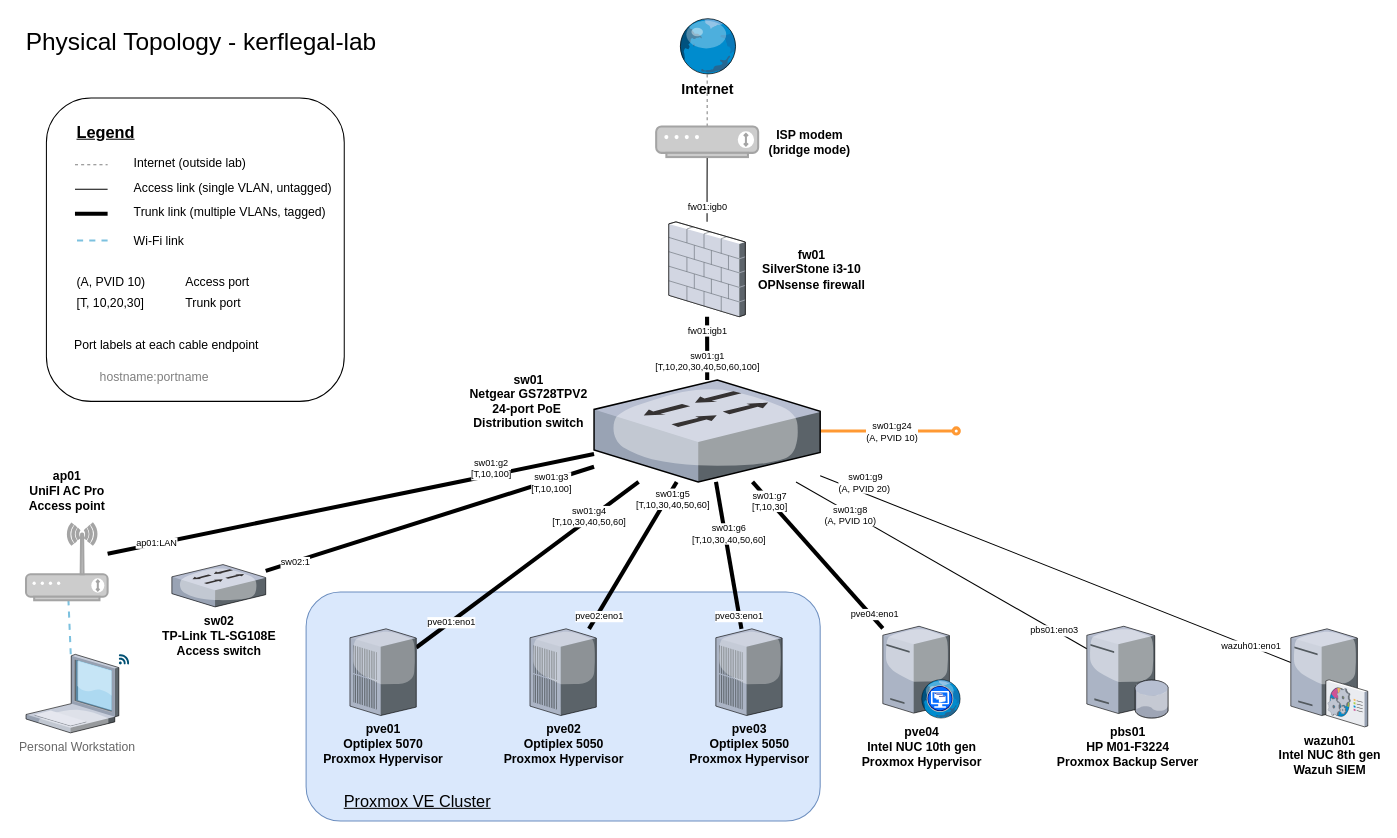
Before: diagrams/physical-topology.drawio in ncbarrett90/kerflegal-lab, a draw.io diagram. Source tidied: cells renumbered, new cells numbered last; positions are measured from the earlier drawing's top-left corner, leaving out a move shared by most shapes. Both pictures are drawn from the tidied source at 102%, with x=0, y=0 at pixel (17, 17).
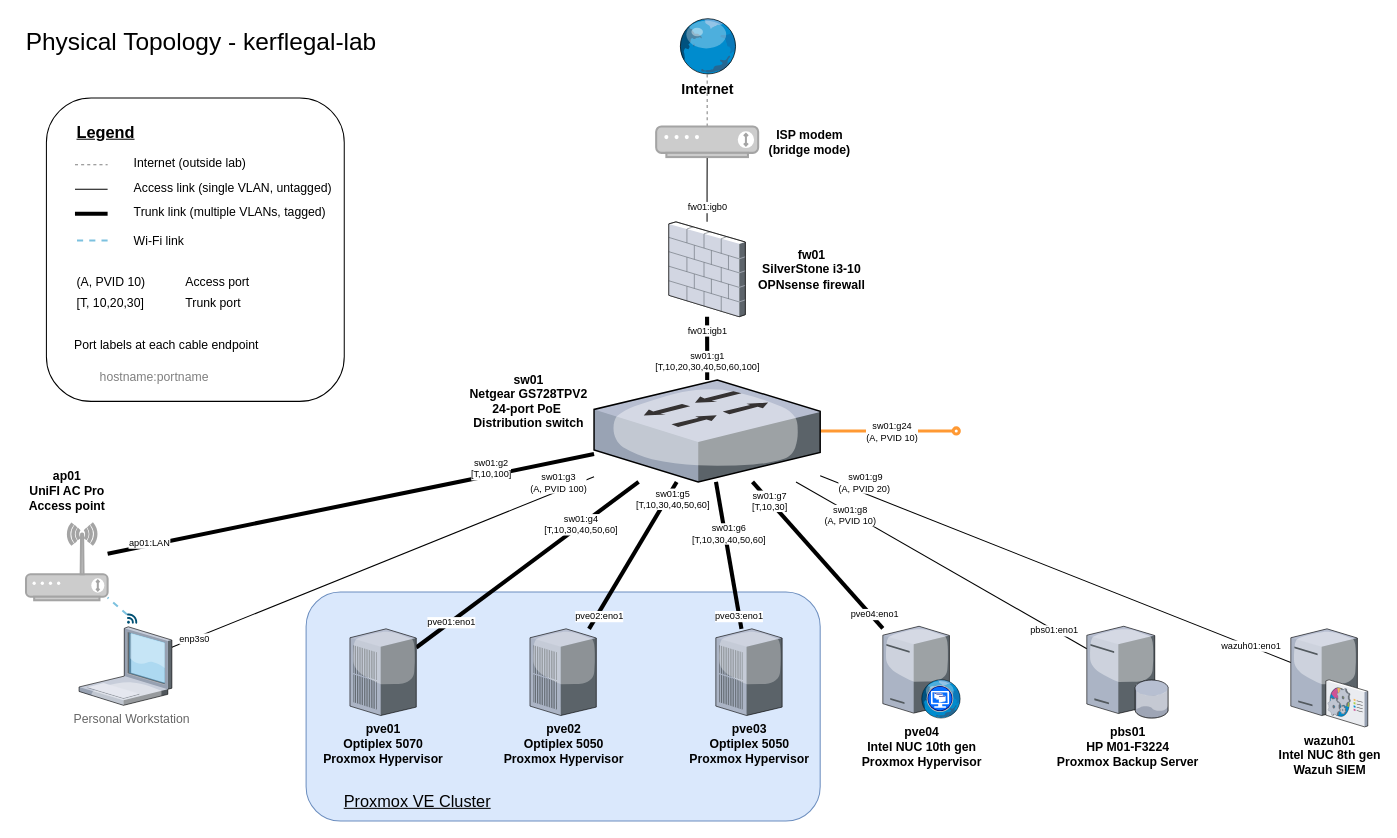
The same diagram, later.

Unchanged cells that the change refers to:
```xml
<mxCell id="4" style="rounded=0;jettySize=auto;html=1;strokeColor=default;strokeWidth=4;align=center;verticalAlign=middle;fontFamily=Helvetica;fontSize=11;fontColor=default;labelBackgroundColor=none;endArrow=none;endFill=0;" parent="1" edge="1" source="39" target="10">
  <mxGeometry relative="1" as="geometry" />
</mxCell>
<mxCell id="10" value="sw01&lt;br&gt;Netgear GS728TPV2&lt;br&gt;24-port PoE&amp;nbsp;&lt;div&gt;Distribution switch&lt;/div&gt;" style="verticalLabelPosition=middle;sketch=0;verticalAlign=middle;strokeColor=none;align=center;outlineConnect=0;shape=mxgraph.citrix.switch;labelPosition=left;labelBackgroundColor=none;spacingRight=-93;fontStyle=1;spacingBottom=59;html=1;whiteSpace=wrap;" parent="1" vertex="1">
  <mxGeometry x="564.9" y="355" width="221.7" height="100" as="geometry" />
</mxCell>
<mxCell id="21" style="rounded=0;jettySize=auto;html=1;endArrow=none;endFill=0;labelBackgroundColor=none;strokeWidth=4;" parent="1" edge="1" source="25" target="10">
  <mxGeometry relative="1" as="geometry" />
</mxCell>
<mxCell id="26" style="rounded=0;jettySize=auto;html=1;labelBackgroundColor=none;endArrow=none;endFill=0;strokeWidth=1;" parent="1" edge="1" source="29" target="10">
  <mxGeometry relative="1" as="geometry" />
</mxCell>
<mxCell id="39" value="ap01&lt;div&gt;UniFI AC Pro&lt;/div&gt;&lt;div&gt;Access point&lt;/div&gt;" style="fontColor=default;verticalAlign=bottom;verticalLabelPosition=top;labelPosition=center;align=center;html=1;outlineConnect=0;fillColor=#CCCCCC;strokeColor=light-dark(#A4A4A4,#A4A4A4);gradientColor=none;gradientDirection=north;strokeWidth=2;shape=mxgraph.networks.wireless_modem;fontFamily=Helvetica;fontSize=12;fontStyle=1;none=none;spacingTop=0;spacingBottom=8;" parent="1" vertex="1">
  <mxGeometry x="8" y="496" width="80" height="75" as="geometry" />
</mxCell>
```

Diff of the diagram source:
```diff
@@
-    <mxCell id="2" style="rounded=0;jettySize=auto;html=1;labelBackgroundColor=none;strokeColor=default;strokeWidth=4;align=center;verticalAlign=middle;fontFamily=Helvetica;fontSize=11;fontColor=default;endArrow=none;endFill=0;" parent="1" edge="1" source="38" target="10">
+    <mxCell id="2" style="rounded=0;jettySize=auto;html=1;labelBackgroundColor=none;strokeColor=default;strokeWidth=1;align=center;verticalAlign=middle;fontFamily=Helvetica;fontSize=11;fontColor=default;endArrow=none;endFill=0;" parent="1" edge="1" source="46" target="10">
       <mxGeometry relative="1" as="geometry" />
     </mxCell>
-    <mxCell id="3" value="sw02:1" style="edgeLabel;html=1;align=center;verticalAlign=middle;fontSize=9;" parent="2" vertex="1">
-      <mxGeometry x="-0.81" relative="1" as="geometry">
-        <mxPoint x="-2" y="1" as="offset" />
-      </mxGeometry>
-    </mxCell>
+    <mxCell id="68" value="enp3s0" style="edgeLabel;html=1;align=center;verticalAlign=middle;fontFamily=Helvetica;fontSize=9;fontColor=default;fontStyle=0;labelBackgroundColor=default;" parent="2" vertex="1">
+      <mxGeometry x="-0.9" relative="1" as="geometry">
+        <mxPoint x="1" as="offset" />
+      </mxGeometry>
+    </mxCell>
@@
     <mxCell id="5" value="ap01:LAN" style="edgeLabel;html=1;align=center;verticalAlign=middle;fontSize=9;" parent="4" vertex="1">
-      <mxGeometry x="-0.8" y="1" relative="1" as="geometry" />
+      <mxGeometry x="-0.8" y="1" relative="1" as="geometry">
+        <mxPoint x="-7" as="offset" />
+      </mxGeometry>
     </mxCell>
-    <mxCell id="6" value="sw01:g3&lt;div&gt;&lt;span style=&quot;background-color: light-dark(#ffffff, var(--ge-dark-color, #121212)); color: light-dark(rgb(0, 0, 0), rgb(255, 255, 255));&quot;&gt;[T,10,100]&lt;/span&gt;&lt;/div&gt;" style="edgeLabel;html=1;align=center;verticalAlign=middle;fontSize=9;" parent="4" vertex="1">
+    <mxCell id="6" value="sw01:g3&lt;div&gt;(A, PVID 100)&lt;/div&gt;" style="edgeLabel;html=1;align=center;verticalAlign=middle;fontSize=9;" parent="4" vertex="1">
       <mxGeometry x="0.81" relative="1" as="geometry">
-        <mxPoint x="2" y="19" as="offset" />
+        <mxPoint x="9" y="19" as="offset" />
       </mxGeometry>
     </mxCell>
@@
-    <mxCell id="12" style="rounded=0;jettySize=auto;html=1;strokeColor=light-dark(#7CC1DF,#7CC1DF);dashed=1;endArrow=none;endFill=0;strokeWidth=2;" parent="1" edge="1" source="46" target="39">
+    <mxCell id="12" style="rounded=0;jettySize=auto;html=1;strokeColor=light-dark(#7CC1DF,#7CC1DF);dashed=1;endArrow=none;endFill=0;strokeWidth=2;exitX=0.005;exitY=0.09;exitDx=0;exitDy=0;exitPerimeter=0;" parent="1" edge="1" source="47" target="39">
       <mxGeometry relative="1" as="geometry" />
     </mxCell>
@@
     <mxCell id="23" value="sw01:g4&lt;div&gt;&lt;div&gt;[T,10,30,40,50,60]&lt;/div&gt;&lt;/div&gt;" style="edgeLabel;html=1;align=center;verticalAlign=middle;fontSize=9;" parent="21" vertex="1">
       <mxGeometry x="0.82" y="2" relative="1" as="geometry">
-        <mxPoint x="-28" y="20" as="offset" />
+        <mxPoint x="-36" y="28" as="offset" />
       </mxGeometry>
     </mxCell>
@@
-    <mxCell id="28" value="pbs01:eno3" style="edgeLabel;html=1;align=center;verticalAlign=middle;fontSize=9;" parent="26" vertex="1">
+    <mxCell id="28" value="pbs01:eno1" style="edgeLabel;html=1;align=center;verticalAlign=middle;fontSize=9;" parent="26" vertex="1">
       <mxGeometry x="-0.73" y="2" relative="1" as="geometry">
         <mxPoint x="7" y="2" as="offset" />
       </mxGeometry>
     </mxCell>
@@
-    <mxCell id="38" value="sw02&lt;div&gt;TP-Link TL-SG108E&lt;/div&gt;&lt;div&gt;Access switch&lt;br&gt;&lt;div&gt;&lt;br&gt;&lt;/div&gt;&lt;/div&gt;" style="verticalLabelPosition=bottom;sketch=0;html=1;verticalAlign=top;strokeColor=none;align=center;outlineConnect=0;shape=mxgraph.citrix.switch;labelPosition=center;spacingRight=0;spacingLeft=0;fontStyle=1;labelBackgroundColor=none;" parent="1" vertex="1">
-      <mxGeometry x="151" y="536" width="92" height="41.5" as="geometry" />
-    </mxCell>
@@
-    <mxCell id="45" value="Personal Workstation" style="group;labelPosition=center;verticalLabelPosition=bottom;align=center;verticalAlign=top;textOpacity=60;" parent="1" vertex="1">
-      <mxGeometry x="8" y="624" width="101" height="77" as="geometry" />
-    </mxCell>
-    <mxCell id="46" style="verticalLabelPosition=bottom;sketch=0;html=1;verticalAlign=top;strokeColor=none;align=center;outlineConnect=0;shape=mxgraph.citrix.laptop_1;" parent="45" vertex="1">
-      <mxGeometry width="91" height="77" as="geometry" />
-    </mxCell>
-    <mxCell id="47" style="points=[[0.005,0.09,0],[0.08,0,0],[0.76,0.25,0],[1,0.92,0],[0.91,0.995,0],[0.57,0.995,0],[0.045,0.955,0],[0.005,0.43,0]];verticalLabelPosition=bottom;sketch=0;html=1;verticalAlign=top;align=center;shape=mxgraph.cisco19.3g_4g_indicator;fillColor=#005073;strokeColor=none;" parent="45" vertex="1">
-      <mxGeometry x="91" width="10" height="10" as="geometry" />
-    </mxCell>
@@
+    <mxCell id="69" style="group;" parent="1" vertex="1">
+      <mxGeometry x="60" y="584" width="104" height="90" as="geometry" />
+    </mxCell>
+    <mxCell id="45" value="Personal Workstation" style="group;labelPosition=center;verticalLabelPosition=bottom;align=center;verticalAlign=top;textOpacity=60;" parent="69" vertex="1">
+      <mxGeometry y="13" width="104" height="77" as="geometry" />
+    </mxCell>
+    <mxCell id="46" style="verticalLabelPosition=bottom;sketch=0;html=1;verticalAlign=top;strokeColor=none;align=center;outlineConnect=0;shape=mxgraph.citrix.laptop_1;" parent="45" vertex="1">
+      <mxGeometry width="91" height="77" as="geometry" />
+    </mxCell>
+    <mxCell id="47" style="points=[[0.005,0.09,0],[0.08,0,0],[0.76,0.25,0],[1,0.92,0],[0.91,0.995,0],[0.57,0.995,0],[0.045,0.955,0],[0.005,0.43,0]];verticalLabelPosition=bottom;sketch=0;html=1;verticalAlign=top;align=center;shape=mxgraph.cisco19.3g_4g_indicator;fillColor=#005073;strokeColor=none;" parent="69" vertex="1">
+      <mxGeometry x="47" width="10" height="10" as="geometry" />
+    </mxCell>
```
